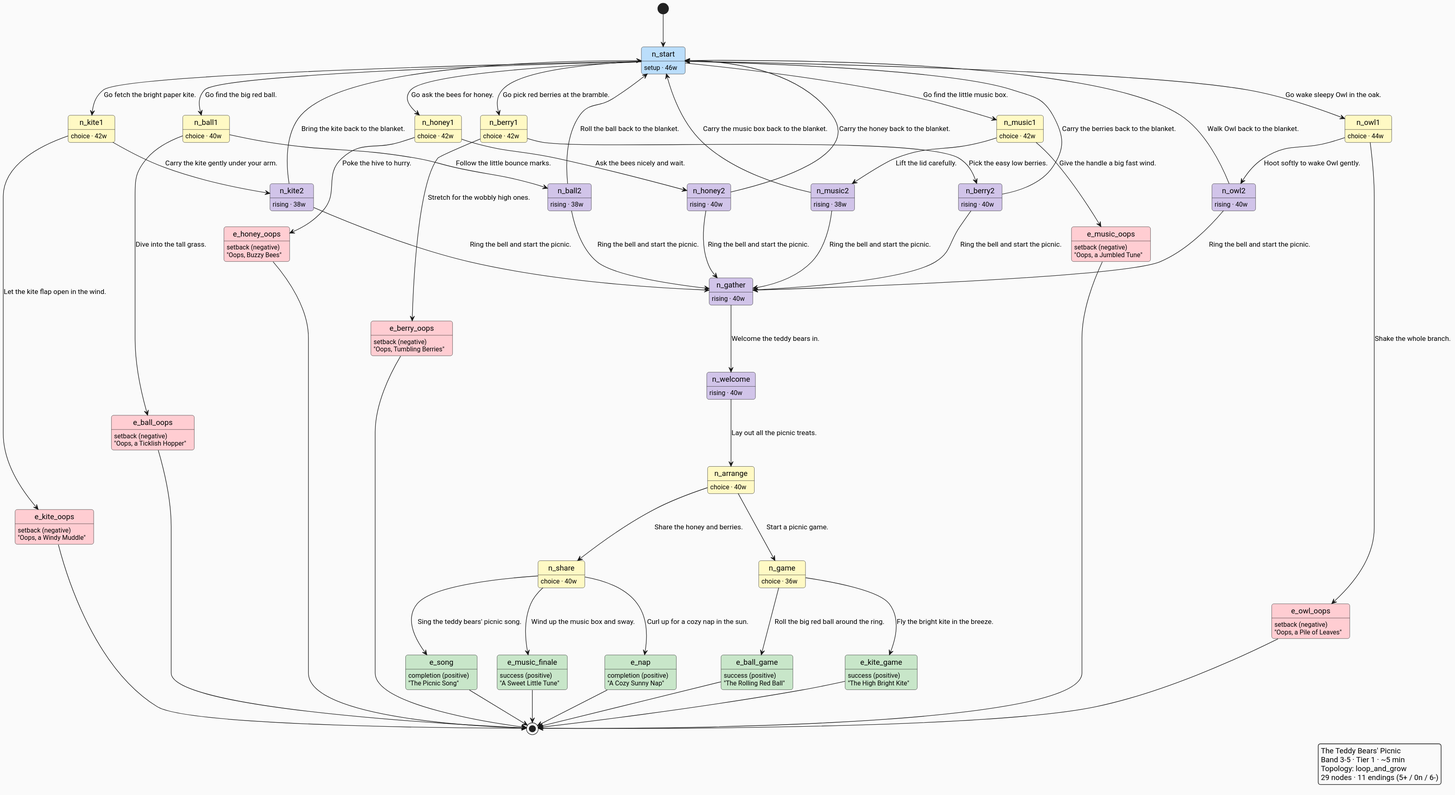
Above: docs/architecture/diagrams/skeletons/3-5/the-teddy-bears-picnic.svg in ByronWilliamsCPA/cyo-adventure (PlantUML), before the change. The source it was exported from:
```plantuml
@startuml
skinparam defaultFontName "Roboto"
skinparam backgroundColor #FAFAFA
skinparam roundCorner 8
hide empty description

[*] --> n_start
state n_start #BBDEFB
n_start : setup · 46w
state n_honey1 #FFF9C4
n_honey1 : choice · 42w
state n_honey2 #D1C4E9
n_honey2 : rising · 40w
state e_honey_oops #FFCDD2
e_honey_oops : setback (negative)
e_honey_oops : "Oops, Buzzy Bees"
state n_berry1 #FFF9C4
n_berry1 : choice · 42w
state n_berry2 #D1C4E9
n_berry2 : rising · 40w
state e_berry_oops #FFCDD2
e_berry_oops : setback (negative)
e_berry_oops : "Oops, Tumbling Berries"
state n_ball1 #FFF9C4
n_ball1 : choice · 40w
state n_ball2 #D1C4E9
n_ball2 : rising · 38w
state e_ball_oops #FFCDD2
e_ball_oops : setback (negative)
e_ball_oops : "Oops, a Ticklish Hopper"
state n_kite1 #FFF9C4
n_kite1 : choice · 42w
state n_kite2 #D1C4E9
n_kite2 : rising · 38w
state e_kite_oops #FFCDD2
e_kite_oops : setback (negative)
e_kite_oops : "Oops, a Windy Muddle"
state n_owl1 #FFF9C4
n_owl1 : choice · 44w
state n_owl2 #D1C4E9
n_owl2 : rising · 40w
state e_owl_oops #FFCDD2
e_owl_oops : setback (negative)
e_owl_oops : "Oops, a Pile of Leaves"
state n_music1 #FFF9C4
n_music1 : choice · 42w
state n_music2 #D1C4E9
n_music2 : rising · 38w
state e_music_oops #FFCDD2
e_music_oops : setback (negative)
e_music_oops : "Oops, a Jumbled Tune"
state n_gather #D1C4E9
n_gather : rising · 40w
state n_welcome #D1C4E9
n_welcome : rising · 40w
state n_arrange #FFF9C4
n_arrange : choice · 40w
state n_share #FFF9C4
n_share : choice · 40w
state n_game #FFF9C4
n_game : choice · 36w
state e_song #C8E6C9
e_song : completion (positive)
e_song : "The Picnic Song"
state e_music_finale #C8E6C9
e_music_finale : success (positive)
e_music_finale : "A Sweet Little Tune"
state e_nap #C8E6C9
e_nap : completion (positive)
e_nap : "A Cozy Sunny Nap"
state e_ball_game #C8E6C9
e_ball_game : success (positive)
e_ball_game : "The Rolling Red Ball"
state e_kite_game #C8E6C9
e_kite_game : success (positive)
e_kite_game : "The High Bright Kite"
n_start --> n_honey1 : Go ask the bees for honey.
n_start --> n_berry1 : Go pick red berries at the bramble.
n_start --> n_ball1 : Go find the big red ball.
n_start --> n_kite1 : Go fetch the bright paper kite.
n_start --> n_owl1 : Go wake sleepy Owl in the oak.
n_start --> n_music1 : Go find the little music box.
n_honey1 --> n_honey2 : Ask the bees nicely and wait.
n_honey1 --> e_honey_oops : Poke the hive to hurry.
n_honey2 --> n_start : Carry the honey back to the blanket.
n_honey2 --> n_gather : Ring the bell and start the picnic.
n_berry1 --> n_berry2 : Pick the easy low berries.
n_berry1 --> e_berry_oops : Stretch for the wobbly high ones.
n_berry2 --> n_start : Carry the berries back to the blanket.
n_berry2 --> n_gather : Ring the bell and start the picnic.
n_ball1 --> n_ball2 : Follow the little bounce marks.
n_ball1 --> e_ball_oops : Dive into the tall grass.
n_ball2 --> n_start : Roll the ball back to the blanket.
n_ball2 --> n_gather : Ring the bell and start the picnic.
n_kite1 --> n_kite2 : Carry the kite gently under your arm.
n_kite1 --> e_kite_oops : Let the kite flap open in the wind.
n_kite2 --> n_start : Bring the kite back to the blanket.
n_kite2 --> n_gather : Ring the bell and start the picnic.
n_owl1 --> n_owl2 : Hoot softly to wake Owl gently.
n_owl1 --> e_owl_oops : Shake the whole branch.
n_owl2 --> n_start : Walk Owl back to the blanket.
n_owl2 --> n_gather : Ring the bell and start the picnic.
n_music1 --> n_music2 : Lift the lid carefully.
n_music1 --> e_music_oops : Give the handle a big fast wind.
n_music2 --> n_start : Carry the music box back to the blanket.
n_music2 --> n_gather : Ring the bell and start the picnic.
n_gather --> n_welcome : Welcome the teddy bears in.
n_welcome --> n_arrange : Lay out all the picnic treats.
n_arrange --> n_share : Share the honey and berries.
n_arrange --> n_game : Start a picnic game.
n_share --> e_song : Sing the teddy bears' picnic song.
n_share --> e_music_finale : Wind up the music box and sway.
n_share --> e_nap : Curl up for a cozy nap in the sun.
n_game --> e_ball_game : Roll the big red ball around the ring.
n_game --> e_kite_game : Fly the bright kite in the breeze.
e_honey_oops --> [*]
e_berry_oops --> [*]
e_ball_oops --> [*]
e_kite_oops --> [*]
e_owl_oops --> [*]
e_music_oops --> [*]
e_song --> [*]
e_music_finale --> [*]
e_nap --> [*]
e_ball_game --> [*]
e_kite_game --> [*]

legend right
  The Teddy Bears' Picnic
  Band 3-5 · Tier 1 · ~5 min
  Topology: loop_and_grow
  29 nodes · 11 endings (5+ / 0n / 6-)
endlegend
@enduml
```
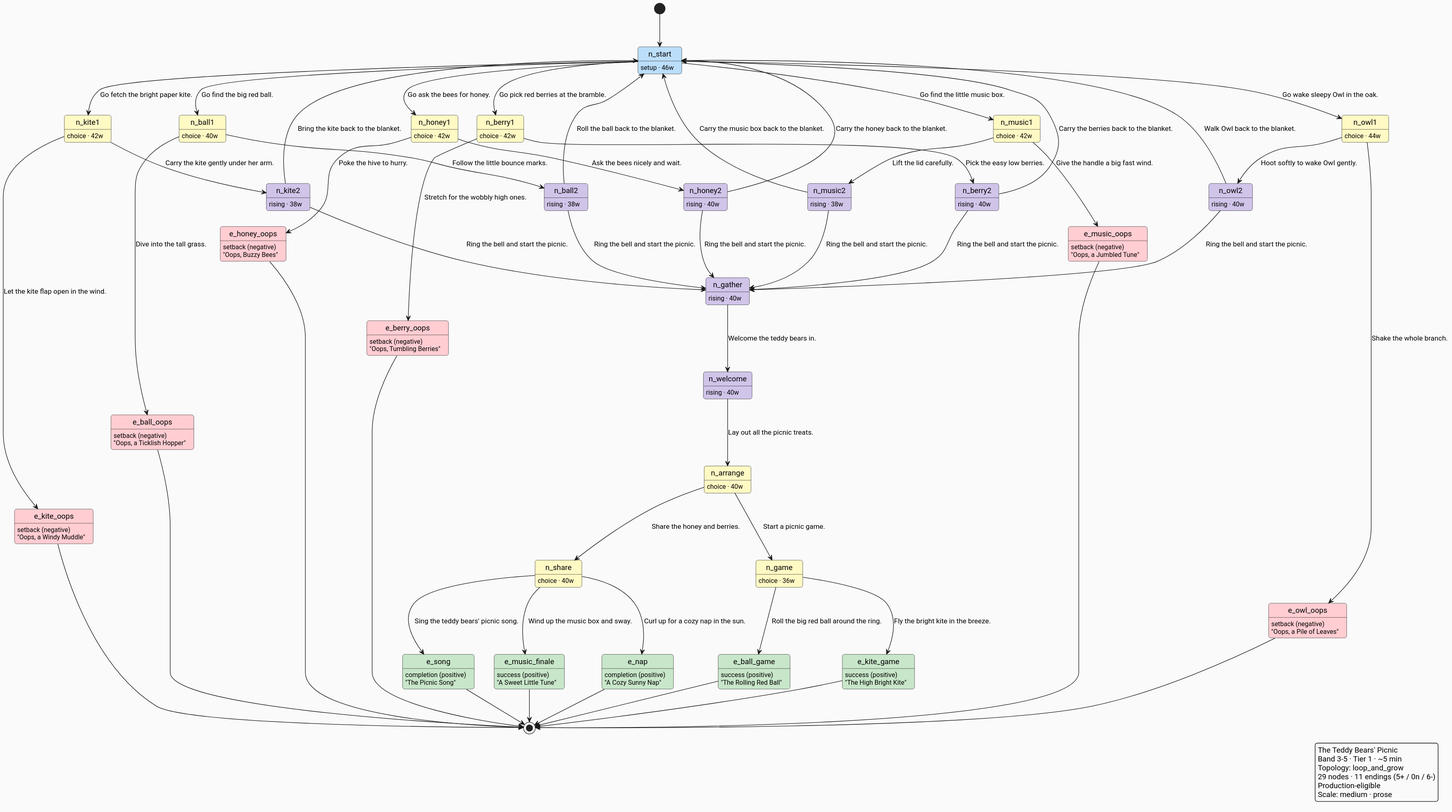
The same diagram one commit later.

Change to the diagram source:
```diff
@@ -92,7 +92,7 @@
 n_ball1 --> e_ball_oops : Dive into the tall grass.
 n_ball2 --> n_start : Roll the ball back to the blanket.
 n_ball2 --> n_gather : Ring the bell and start the picnic.
-n_kite1 --> n_kite2 : Carry the kite gently under your arm.
+n_kite1 --> n_kite2 : Carry the kite gently under her arm.
 n_kite1 --> e_kite_oops : Let the kite flap open in the wind.
 n_kite2 --> n_start : Bring the kite back to the blanket.
 n_kite2 --> n_gather : Ring the bell and start the picnic.
@@ -130,5 +130,7 @@
   Band 3-5 · Tier 1 · ~5 min
   Topology: loop_and_grow
   29 nodes · 11 endings (5+ / 0n / 6-)
+  Production-eligible
+  Scale: medium · prose
 endlegend
 @enduml
```
